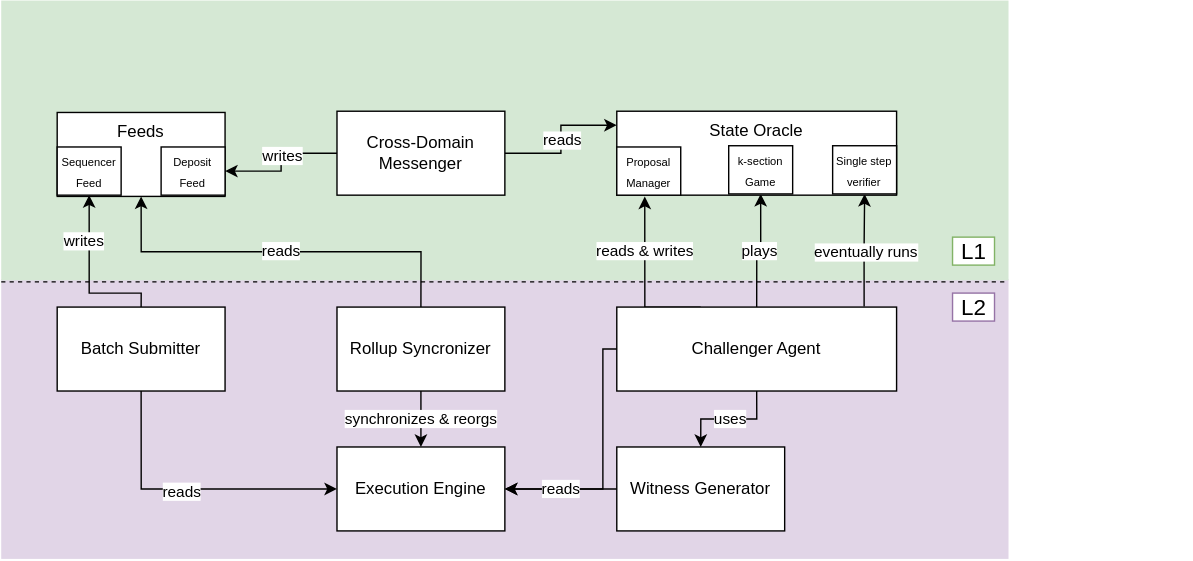
Above: architecture.svg in ben-chain/optimistic-specs (draw.io), before the change. Source tidied: cells renumbered, new cells last; positions are measured from the earlier drawing's top-left corner, leaving out a move shared by most shapes.
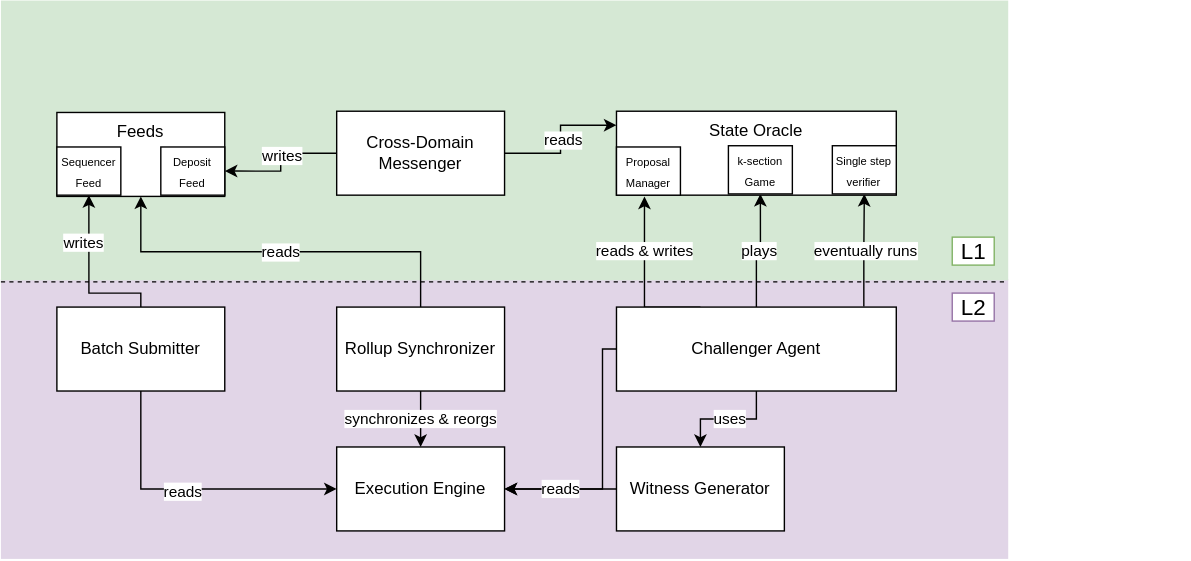
After the commit.

What changed in the source:
```diff
@@ -115,7 +115,7 @@
     <mxCell id="29" value="synchronizes &amp;amp; reorgs" style="edgeStyle=orthogonalEdgeStyle;rounded=0;jettySize=auto;html=1;exitX=0.5;exitY=1;exitDx=0;exitDy=0;startArrow=none;startFill=0;endArrow=classic;endFill=1;" parent="12" edge="1" source="30" target="36">
       <mxGeometry relative="1" as="geometry" />
     </mxCell>
-    <mxCell id="30" value="Rollup Syncronizer" style="rounded=0;whiteSpace=wrap;html=1;" parent="12" vertex="1">
+    <mxCell id="30" value="Rollup Synchronizer" style="rounded=0;whiteSpace=wrap;html=1;" parent="12" vertex="1">
       <mxGeometry x="240" y="219" width="120" height="60" as="geometry" />
     </mxCell>
     <mxCell id="31" style="edgeStyle=orthogonalEdgeStyle;rounded=0;jettySize=auto;html=1;exitX=0.5;exitY=0;exitDx=0;exitDy=0;entryX=0.5;entryY=1;entryDx=0;entryDy=0;startArrow=none;startFill=0;endArrow=classic;endFill=1;" parent="12" edge="1" source="35">
```
